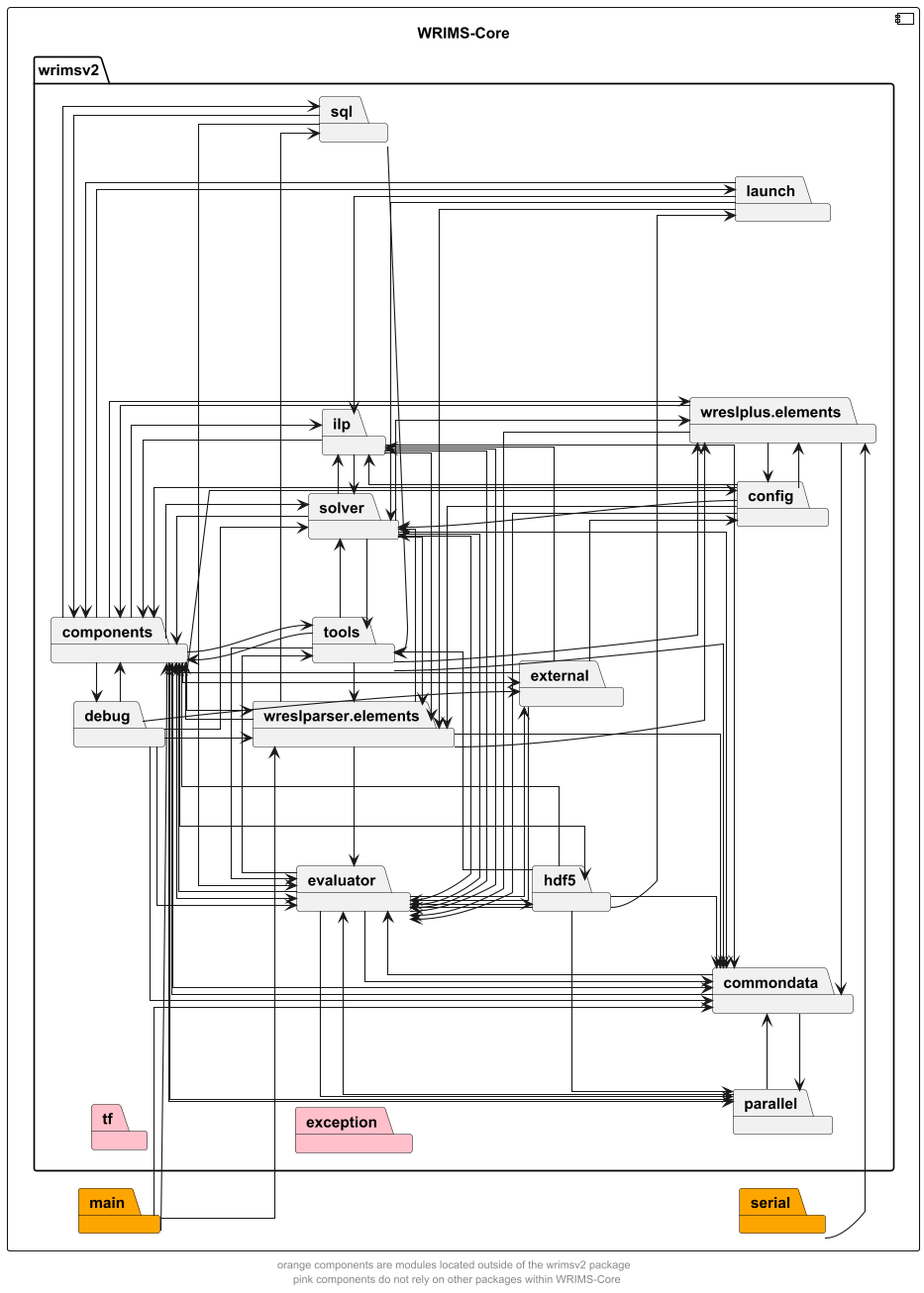
The PlantUML diagram docs/diagrams/wrims-core/wrims-core-interdeps-simplified.png in CentralValleyModeling/wrims, before a commit.
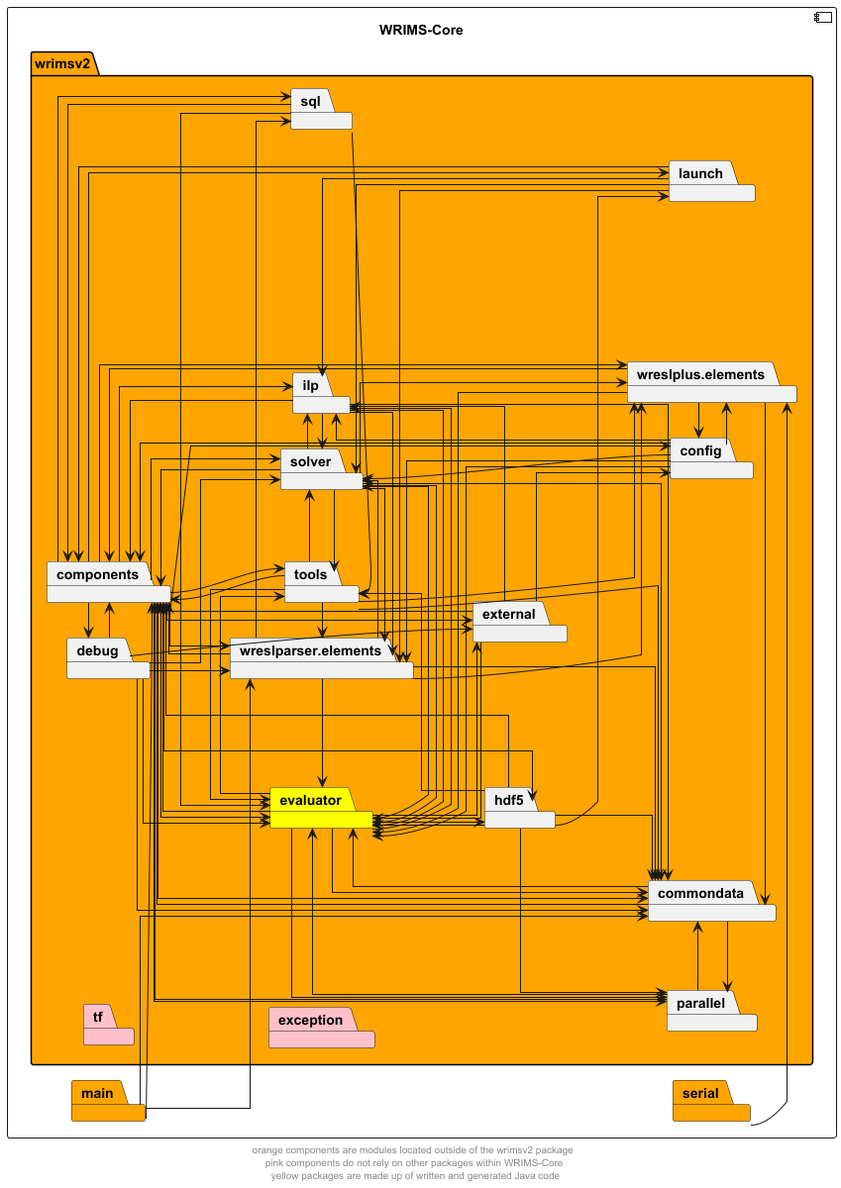
After the commit.

Change to the diagram source:
```diff
@@ -5,12 +5,12 @@
 component wrims_core as "WRIMS-Core" {
     package main #orange
     package serial #orange
-    package wrimsv2 {
+    package wrimsv2 #orange {
         package commondata
         package components
         package config
         package debug
-        package evaluator
+        package evaluator #yellow
         package exception #pink
         package external
         package hdf5
@@ -136,6 +136,6 @@
 solver -d[hidden]-> commondata
 tf -d[hidden]-> exception
 
-footer "orange components are modules located outside of the wrimsv2 package \n pink components do not rely on other packages within WRIMS-Core"
+footer "orange components are modules located outside of the wrimsv2 package \n pink components do not rely on other packages within WRIMS-Core \n yellow packages are made up of written and generated Java code"
 
 @enduml
```
